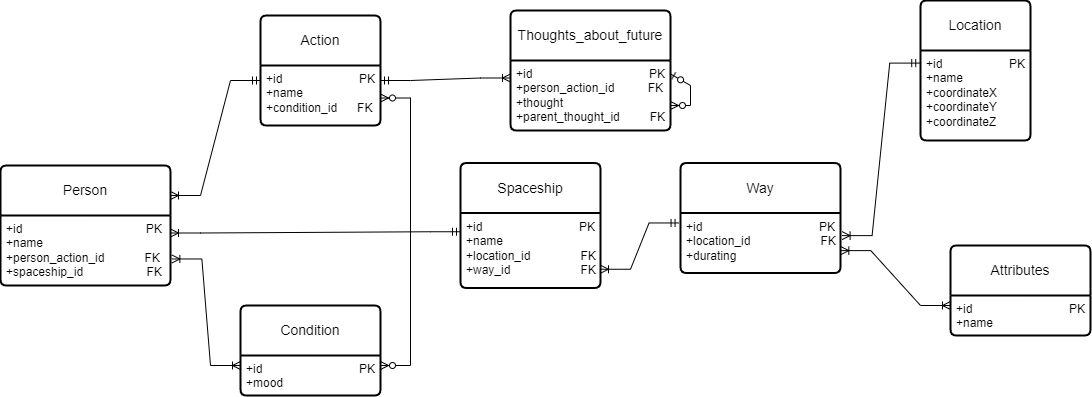
Before: DataBases/lab1/InfologicDiagram.drawio.png, a diagram exported from draw.io (EgorovaVarvara/ITMO). Source tidied: cells renumbered, new cells last; positions are measured from the earlier drawing's top-left corner, leaving out a move shared by most shapes.
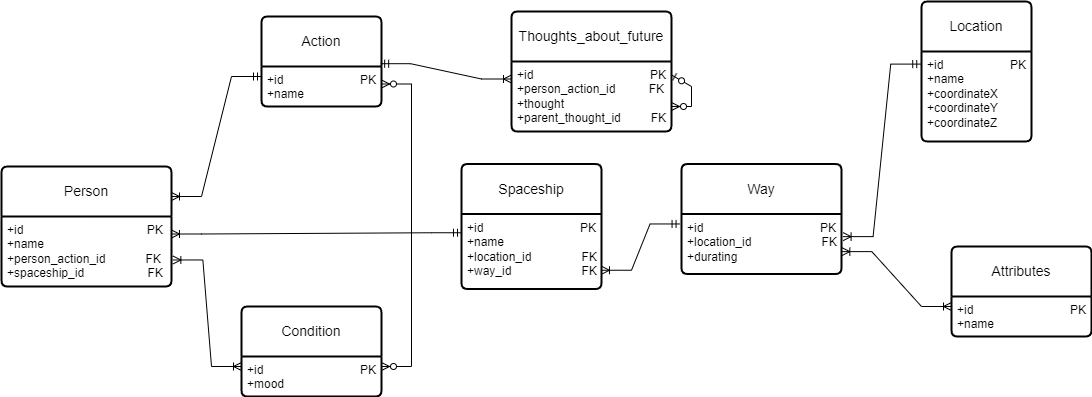
After the commit.

Change to the diagram source:
```diff
@@ -12,10 +12,10 @@
       <mxGeometry relative="1" as="geometry" />
     </mxCell>
     <mxCell id="5" value="Action" style="swimlane;horizontal=1;startSize=50;rounded=1;fontSize=14;fontStyle=0;strokeWidth=2;shadow=0;dashed=0;align=center;arcSize=4;whiteSpace=wrap;html=1;" parent="1" vertex="1">
-      <mxGeometry x="260" y="15" width="120" height="110" as="geometry" />
+      <mxGeometry x="260" y="15" width="120" height="90" as="geometry" />
     </mxCell>
-    <mxCell id="6" value="+id&amp;nbsp; &amp;nbsp; &amp;nbsp; &amp;nbsp; &amp;nbsp; &amp;nbsp; &amp;nbsp; &amp;nbsp; &amp;nbsp; &amp;nbsp; &amp;nbsp; &amp;nbsp;PK&lt;br&gt;+name&lt;br&gt;+condition_id&amp;nbsp; &amp;nbsp; &amp;nbsp; FK&amp;nbsp; &amp;nbsp;" style="align=left;strokeColor=none;fillColor=none;spacingLeft=4;fontSize=12;verticalAlign=top;html=1;" parent="5" vertex="1">
-      <mxGeometry y="50" width="120" height="60" as="geometry" />
+    <mxCell id="6" value="+id&amp;nbsp; &amp;nbsp; &amp;nbsp; &amp;nbsp; &amp;nbsp; &amp;nbsp; &amp;nbsp; &amp;nbsp; &amp;nbsp; &amp;nbsp; &amp;nbsp; &amp;nbsp;PK&lt;br&gt;+name&amp;nbsp; &amp;nbsp;" style="align=left;strokeColor=none;fillColor=none;spacingLeft=4;fontSize=12;verticalAlign=top;html=1;" parent="5" vertex="1">
+      <mxGeometry y="50" width="120" height="40" as="geometry" />
     </mxCell>
     <mxCell id="7" value="Condition" style="swimlane;horizontal=1;startSize=50;rounded=1;fontSize=14;fontStyle=0;strokeWidth=2;shadow=0;dashed=0;align=center;arcSize=4;whiteSpace=wrap;html=1;" parent="1" vertex="1">
       <mxGeometry x="240" y="305" width="140" height="90" as="geometry" />
@@ -67,7 +67,7 @@
     <mxCell id="20" style="edgeStyle=entityRelationEdgeStyle;fontSize=12;html=1;endArrow=ERzeroToMany;startArrow=ERzeroToOne;rounded=0;exitX=0.998;exitY=0.19;exitDx=0;exitDy=0;exitPerimeter=0;" parent="18" edge="1" source="19" target="19">
       <mxGeometry relative="1" as="geometry" />
     </mxCell>
-    <mxCell id="21" style="edgeStyle=entityRelationEdgeStyle;fontSize=12;html=1;endArrow=ERoneToMany;startArrow=ERmandOne;rounded=0;entryX=0;entryY=0.25;entryDx=0;entryDy=0;exitX=1;exitY=0.25;exitDx=0;exitDy=0;" parent="1" edge="1" source="6" target="19">
+    <mxCell id="21" style="edgeStyle=entityRelationEdgeStyle;fontSize=12;html=1;endArrow=ERoneToMany;startArrow=ERmandOne;rounded=0;entryX=0;entryY=0.25;entryDx=0;entryDy=0;exitX=0.993;exitY=-0.07;exitDx=0;exitDy=0;exitPerimeter=0;" parent="1" edge="1" source="6" target="19">
       <mxGeometry relative="1" as="geometry" />
     </mxCell>
     <mxCell id="22" style="edgeStyle=entityRelationEdgeStyle;fontSize=12;html=1;endArrow=ERoneToMany;startArrow=ERmandOne;rounded=0;exitX=0;exitY=0.25;exitDx=0;exitDy=0;entryX=1;entryY=0.25;entryDx=0;entryDy=0;" parent="1" edge="1" source="12" target="3">
```
